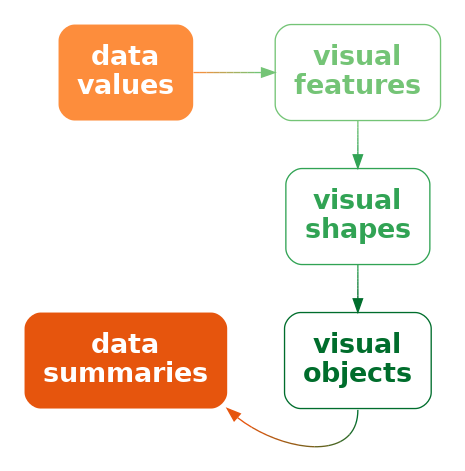
The Graphviz diagram Diagrams/data-vis-shape-obj.png in pmur002/hdvw, before a commit. Its source is kept beside it as Diagrams/data-vis-shape-obj.dot.
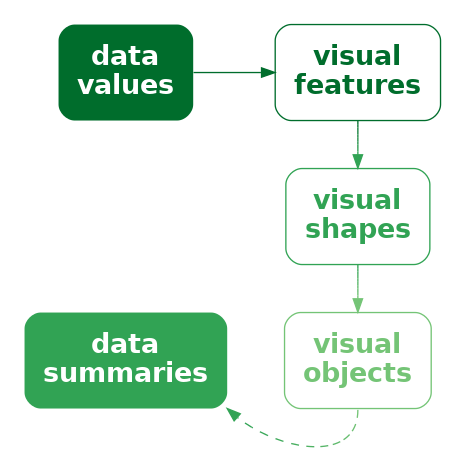
Above is the later version.

What changed in the source:
```diff
@@ -1,18 +1,18 @@
 digraph {
   graph [ rankdir=LR; margin=.2; nodesep=.5 ];
   node [ fontsize=20; fontname="sans bold"; margin=.2 ];
-  data [ label="data\nvalues"; shape=box; style="filled, rounded"; penwidth=0; fontcolor=white; fillcolor="#FD8D3C" ]
-  stat [ label="data\nsummaries"; shape=box; style="filled, rounded"; penwidth=0; fontcolor=white; fillcolor="#E6550D" ]
+  data [ label="data\nvalues"; shape=box; style="filled, rounded"; penwidth=0; fontcolor=white; fillcolor="#006D2C" ]
+  stat [ label="data\nsummaries"; shape=box; style="filled, rounded"; penwidth=0; fontcolor=white; fillcolor="#31A354" ]
   vis [ label="visual\nfeatures"; shape=box;
-     style="rounded"; color="#74C476"; fontcolor="#74C476" ]
+     style="rounded"; color="#006D2C"; fontcolor="#006D2C" ]
   shape [ label="visual\nshapes"; shape=box;
        style="rounded"; color="#31A354"; fontcolor="#31A354" ]
   obj [ label="visual\nobjects"; shape=box;
-     style="rounded"; color="#006D2C"; fontcolor="#006D2C" ]
-  data -> vis [ style="bold"; penwidth=1; color="#FD8D3C;0.1:#EE9342;0.1:#DF9949;0.1:#CF9F4F;0.1:#C0A556;0.1:#B1AC5C;0.1:#A2B263;0.1:#92B869;0.1:#83BE70;0.1:#74C476;0.1" ]
-  vis -> shape [ style="solid", color="#74C476;0.1:#6DC072;0.1:#65BD6E;0.1:#5EB96B;0.1:#56B567;0.1:#4FB263;0.1:#47AE5F;0.1:#40AA5C;0.1:#38A758;0.1:#31A354;0.1" ]
-  shape -> obj [ style="solid", color="#31A354;0.1:#2C9D50;0.1:#26974B;0.1:#219147;0.1:#1B8B42;0.1:#16853E;0.1:#107F39;0.1:#0B7935;0.1:#057330;0.1:#006D2C;0.1" ]
-  obj:s -> stat:se [ style="solid", color="#006D2C;0.1:#1A6A29;0.1:#336825;0.1:#4D6522;0.1:#66621E;0.1:#80601B;0.1:#995D17;0.1:#B35A14;0.1:#CC5810;0.1:#E6550D;0.1" ]
+     style="rounded"; color="#74C476"; fontcolor="#74C476" ]
+  data -> vis [ style="bold"; penwidth=1; color="#006D2C" ]
+  vis -> shape [ style="solid", color="#006D2C;0.1:#057330;0.1:#0B7935;0.1:#107F39;0.1:#16853E;0.1:#1B8B42;0.1:#219147;0.1:#26974B;0.1:#2C9D50;0.1:#31A354;0.1" ]
+  shape -> obj [ style="solid", color="#31A354;0.1:#38A758;0.1:#40AA5C;0.1:#47AE5F;0.1:#4FB263;0.1:#56B567;0.1:#5EB96B;0.1:#65BD6E;0.1:#6DC072;0.1:#74C476;0.1" ]
+  obj:s -> stat:se [ style="dashed", color="#74C476;0.1:#6DC072;0.1:#65BD6E;0.1:#5EB96B;0.1:#56B567;0.1:#4FB263;0.1:#47AE5F;0.1:#40AA5C;0.1:#38A758;0.1:#31A354;0.1" ]
 { rank=same; data, stat }
 { rank=same; vis, shape, obj }
 }
```
